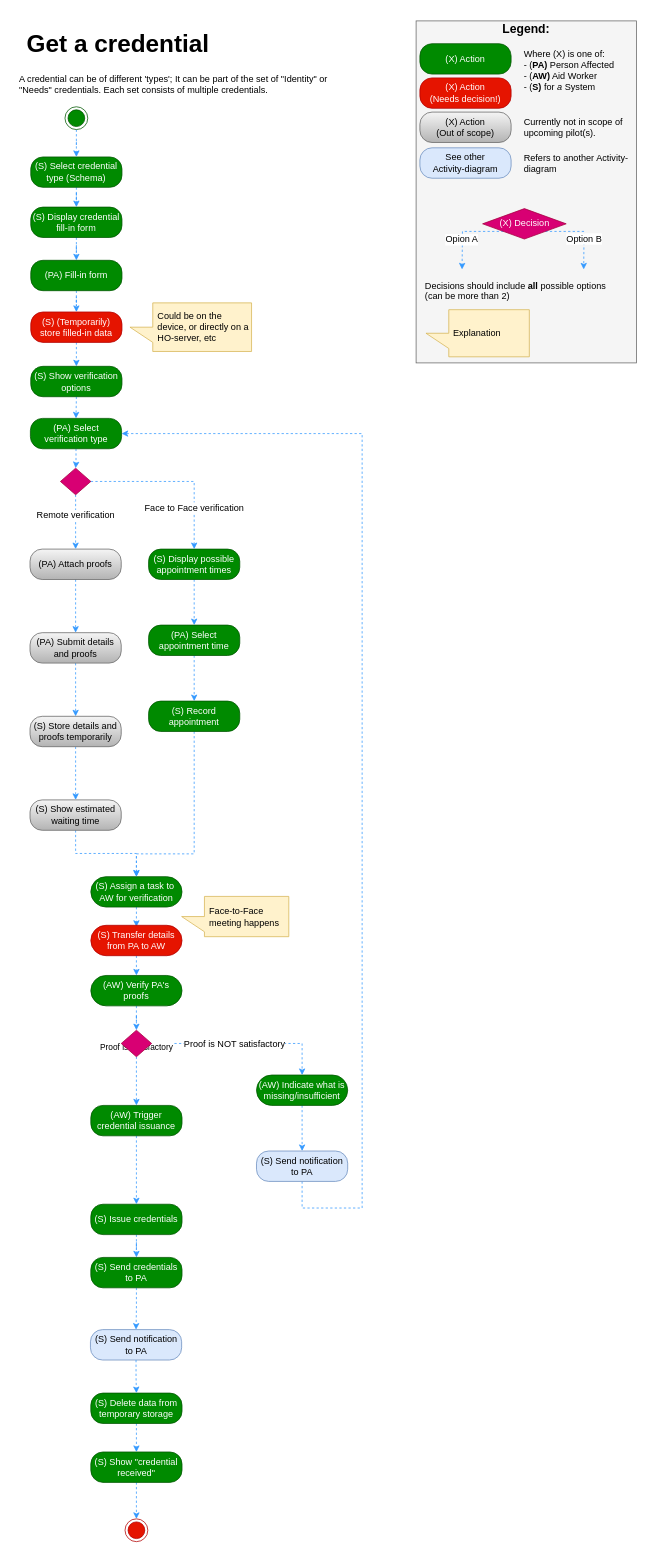
The draw.io diagram Activity Diagrams/Get a credential activity.drawio in nsward/diagrams, before the edit. Source tidied: cells renumbered, new cells numbered last; positions are measured from the earlier drawing's top-left corner, leaving out a move shared by most shapes. Both pictures are drawn from the tidied source at 76%, with x=0, y=0 at pixel (13, 13).
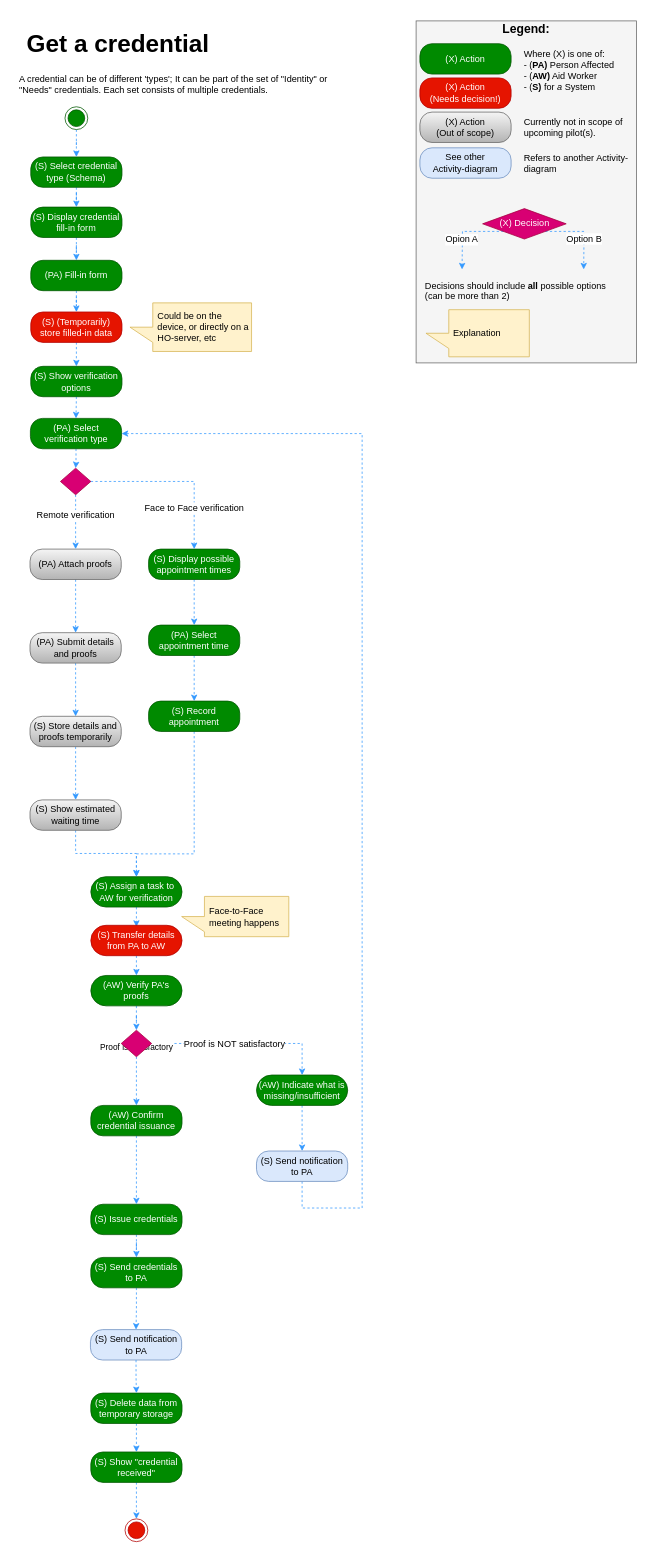
The same page after the edit.

Commit message:
Add AW step to confirm credential issuance

The edit, as a diff of the source:
```diff
@@
-    <mxCell id="81" value="(AW) Trigger credential issuance" style="rounded=1;whiteSpace=wrap;html=1;arcSize=40;fillColor=#008a00;strokeColor=#005700;fontColor=#ffffff;" parent="1" vertex="1">
+    <mxCell id="81" value="(AW) Confirm credential issuance" style="rounded=1;whiteSpace=wrap;html=1;arcSize=40;fillColor=#008a00;strokeColor=#005700;fontColor=#ffffff;" parent="1" vertex="1">
       <mxGeometry x="102" y="1437" width="120" height="40" as="geometry" />
     </mxCell>
```
